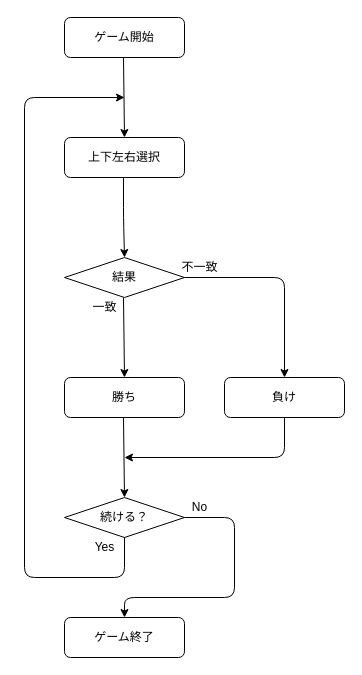
This is flow_chart.drawio from Ikko-T/Game-1, a draw.io file, before an edit. Source tidied: cells renumbered, new cells numbered last; positions are measured from the earlier drawing's top-left corner, leaving out a move shared by most shapes. Both pictures are drawn from the tidied source at 100%, with x=0, y=0 at pixel (24, 17).
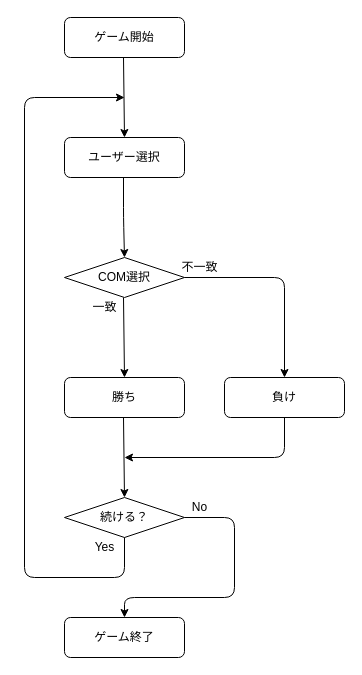
After the change.

Commit message (it also covers changes not shown here):
Modified flow-chart.

What changed in the source:
```diff
@@
-    <mxCell id="3" value="上下左右選択" style="rounded=1;whiteSpace=wrap;html=1;" parent="1" vertex="1">
+    <mxCell id="3" value="ユーザー選択" style="rounded=1;whiteSpace=wrap;html=1;" parent="1" vertex="1">
       <mxGeometry x="40" y="120" width="120" height="40" as="geometry" />
     </mxCell>
@@
-    <mxCell id="15" value="結果" style="rhombus;whiteSpace=wrap;html=1;" parent="1" vertex="1">
+    <mxCell id="15" value="&lt;font style=&quot;font-size: 12px&quot;&gt;COM選択&lt;/font&gt;" style="rhombus;whiteSpace=wrap;html=1;" parent="1" vertex="1">
       <mxGeometry x="40" y="240" width="120" height="40" as="geometry" />
     </mxCell>
```
